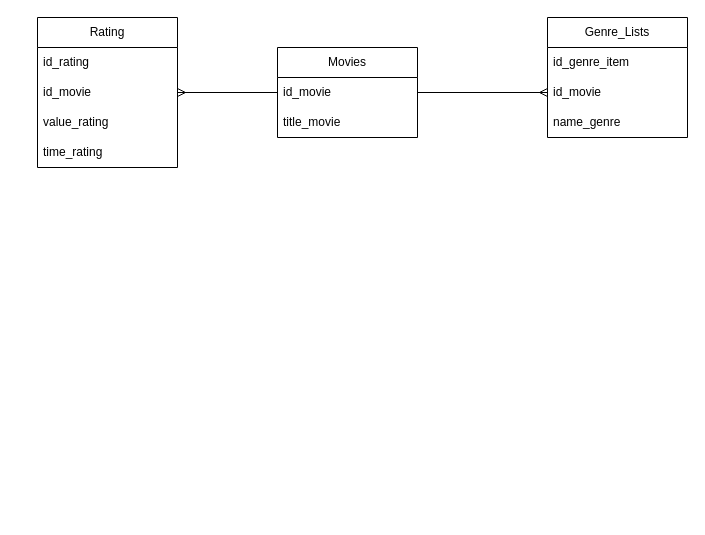
Before: ER.drawio in raphaelgri/DataStorageApp, a draw.io diagram. Source tidied: cells renumbered, new cells numbered last; positions are measured from the earlier drawing's top-left corner, leaving out a move shared by most shapes. Both pictures are drawn from the tidied source at 100%, with x=0, y=0 at pixel (37, 17).
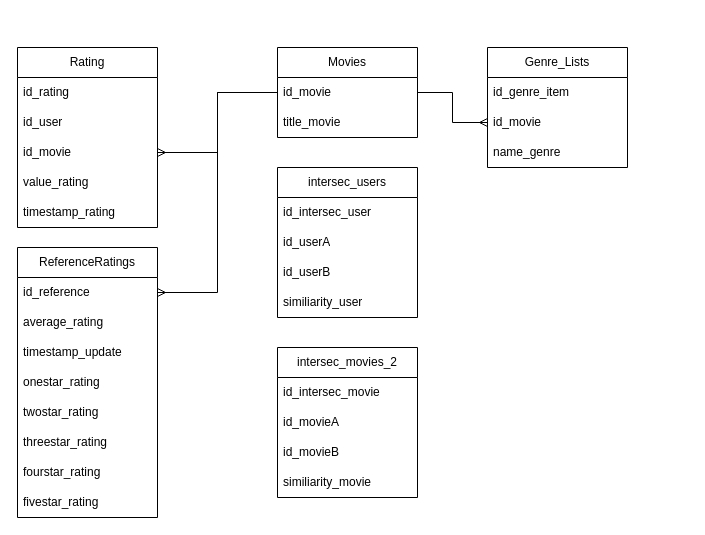
The same page after the edit.

Unchanged cells that the change refers to:
```xml
<mxCell id="3" value="id_movie&lt;br&gt;" style="text;strokeColor=none;fillColor=none;align=left;verticalAlign=middle;spacingLeft=4;spacingRight=4;overflow=hidden;points=[[0,0.5],[1,0.5]];portConstraint=eastwest;whiteSpace=wrap;html=1;" parent="2" vertex="1">
  <mxGeometry y="30" width="140" height="30" as="geometry" />
</mxCell>
<mxCell id="7" value="id_movie" style="text;strokeColor=none;fillColor=none;align=left;verticalAlign=middle;spacingLeft=4;spacingRight=4;overflow=hidden;points=[[0,0.5],[1,0.5]];portConstraint=eastwest;whiteSpace=wrap;html=1;" parent="5" vertex="1">
  <mxGeometry y="60" width="140" height="30" as="geometry" />
</mxCell>
```

The edit, as a diff of the source:
```diff
@@
     <mxCell id="5" value="Genre_Lists" style="swimlane;fontStyle=0;horizontal=1;startSize=30;whiteSpace=wrap;html=1;" parent="1" vertex="1">
-      <mxGeometry x="510" width="140" height="120" as="geometry" />
+      <mxGeometry x="450" y="30" width="140" height="120" as="geometry" />
     </mxCell>
@@
-    <mxCell id="9" style="rounded=0;jettySize=auto;html=1;exitX=0;exitY=0.5;exitDx=0;exitDy=0;entryX=1;entryY=0.5;entryDx=0;entryDy=0;endArrow=none;endFill=0;startArrow=ERmany;startFill=0;" parent="1" edge="1" source="7" target="3">
+    <mxCell id="9" style="rounded=0;jettySize=auto;html=1;exitX=0;exitY=0.5;exitDx=0;exitDy=0;entryX=1;entryY=0.5;entryDx=0;entryDy=0;endArrow=none;endFill=0;startArrow=ERmany;startFill=0;edgeStyle=orthogonalEdgeStyle;" parent="1" edge="1" source="7" target="3">
       <mxGeometry relative="1" as="geometry" />
     </mxCell>
     <mxCell id="10" value="Rating" style="swimlane;fontStyle=0;horizontal=1;startSize=30;whiteSpace=wrap;html=1;" parent="1" vertex="1">
-      <mxGeometry width="140" height="150" as="geometry" />
+      <mxGeometry x="-20" y="30" width="140" height="180" as="geometry" />
     </mxCell>
@@
+    <mxCell id="16" value="id_user" style="text;strokeColor=none;fillColor=none;align=left;verticalAlign=middle;spacingLeft=4;spacingRight=4;overflow=hidden;whiteSpace=wrap;html=1;" parent="10" vertex="1">
+      <mxGeometry y="60" width="140" height="30" as="geometry" />
+    </mxCell>
     <mxCell id="12" value="id_movie" style="text;strokeColor=none;fillColor=none;align=left;verticalAlign=middle;spacingLeft=4;spacingRight=4;overflow=hidden;points=[[0,0.5],[1,0.5]];portConstraint=eastwest;whiteSpace=wrap;html=1;" parent="10" vertex="1">
-      <mxGeometry y="60" width="140" height="30" as="geometry" />
+      <mxGeometry y="90" width="140" height="30" as="geometry" />
     </mxCell>
     <mxCell id="13" value="value_rating" style="text;strokeColor=none;fillColor=none;align=left;verticalAlign=middle;spacingLeft=4;spacingRight=4;overflow=hidden;whiteSpace=wrap;html=1;" parent="10" vertex="1">
-      <mxGeometry y="90" width="140" height="30" as="geometry" />
+      <mxGeometry y="120" width="140" height="30" as="geometry" />
     </mxCell>
-    <mxCell id="14" value="time_rating" style="text;strokeColor=none;fillColor=none;align=left;verticalAlign=middle;spacingLeft=4;spacingRight=4;overflow=hidden;whiteSpace=wrap;html=1;" parent="10" vertex="1">
-      <mxGeometry y="120" width="140" height="30" as="geometry" />
+    <mxCell id="14" value="timestamp_rating" style="text;strokeColor=none;fillColor=none;align=left;verticalAlign=middle;spacingLeft=4;spacingRight=4;overflow=hidden;whiteSpace=wrap;html=1;" parent="10" vertex="1">
+      <mxGeometry y="150" width="140" height="30" as="geometry" />
     </mxCell>
-    <mxCell id="15" style="rounded=0;jettySize=auto;html=1;exitX=1;exitY=0.5;exitDx=0;exitDy=0;entryX=0;entryY=0.5;entryDx=0;entryDy=0;startArrow=ERmany;startFill=0;endArrow=none;endFill=0;" parent="1" edge="1" source="12" target="3">
+    <mxCell id="15" style="rounded=0;jettySize=auto;html=1;exitX=1;exitY=0.5;exitDx=0;exitDy=0;entryX=0;entryY=0.5;entryDx=0;entryDy=0;startArrow=ERmany;startFill=0;endArrow=none;endFill=0;edgeStyle=orthogonalEdgeStyle;" parent="1" edge="1" source="12" target="3">
       <mxGeometry relative="1" as="geometry" />
     </mxCell>
+    <mxCell id="17" value="ReferenceRatings" style="swimlane;fontStyle=0;horizontal=1;startSize=30;whiteSpace=wrap;html=1;" parent="1" vertex="1">
+      <mxGeometry x="-20" y="230" width="140" height="270" as="geometry" />
+    </mxCell>
+    <mxCell id="18" value="id_reference" style="text;strokeColor=none;fillColor=none;align=left;verticalAlign=middle;spacingLeft=4;spacingRight=4;overflow=hidden;points=[[0,0.5],[1,0.5]];portConstraint=eastwest;whiteSpace=wrap;html=1;" parent="17" vertex="1">
+      <mxGeometry y="30" width="140" height="30" as="geometry" />
+    </mxCell>
+    <mxCell id="19" value="average_rating" style="text;strokeColor=none;fillColor=none;align=left;verticalAlign=middle;spacingLeft=4;spacingRight=4;overflow=hidden;whiteSpace=wrap;html=1;" parent="17" vertex="1">
+      <mxGeometry y="60" width="140" height="30" as="geometry" />
+    </mxCell>
+    <mxCell id="20" value="timestamp_update" style="text;strokeColor=none;fillColor=none;align=left;verticalAlign=middle;spacingLeft=4;spacingRight=4;overflow=hidden;whiteSpace=wrap;html=1;" parent="17" vertex="1">
+      <mxGeometry y="90" width="140" height="30" as="geometry" />
+    </mxCell>
+    <mxCell id="21" value="onestar_rating" style="text;strokeColor=none;fillColor=none;align=left;verticalAlign=middle;spacingLeft=4;spacingRight=4;overflow=hidden;whiteSpace=wrap;html=1;" parent="17" vertex="1">
+      <mxGeometry y="120" width="140" height="30" as="geometry" />
+    </mxCell>
+    <mxCell id="22" value="twostar_rating" style="text;strokeColor=none;fillColor=none;align=left;verticalAlign=middle;spacingLeft=4;spacingRight=4;overflow=hidden;whiteSpace=wrap;html=1;" parent="17" vertex="1">
+      <mxGeometry y="150" width="140" height="30" as="geometry" />
+    </mxCell>
+    <mxCell id="23" value="threestar_rating" style="text;strokeColor=none;fillColor=none;align=left;verticalAlign=middle;spacingLeft=4;spacingRight=4;overflow=hidden;whiteSpace=wrap;html=1;" parent="17" vertex="1">
+      <mxGeometry y="180" width="140" height="30" as="geometry" />
+    </mxCell>
+    <mxCell id="24" value="fourstar_rating" style="text;strokeColor=none;fillColor=none;align=left;verticalAlign=middle;spacingLeft=4;spacingRight=4;overflow=hidden;whiteSpace=wrap;html=1;" parent="17" vertex="1">
+      <mxGeometry y="210" width="140" height="30" as="geometry" />
+    </mxCell>
+    <mxCell id="25" value="fivestar_rating" style="text;strokeColor=none;fillColor=none;align=left;verticalAlign=middle;spacingLeft=4;spacingRight=4;overflow=hidden;whiteSpace=wrap;html=1;" parent="17" vertex="1">
+      <mxGeometry y="240" width="140" height="30" as="geometry" />
+    </mxCell>
+    <mxCell id="26" style="edgeStyle=orthogonalEdgeStyle;rounded=0;jettySize=auto;html=1;exitX=0;exitY=0.5;exitDx=0;exitDy=0;entryX=1;entryY=0.5;entryDx=0;entryDy=0;endArrow=ERmany;endFill=0;" parent="1" edge="1" source="3" target="18">
+      <mxGeometry relative="1" as="geometry" />
+    </mxCell>
+    <mxCell id="27" value="intersec_movies_2" style="swimlane;fontStyle=0;horizontal=1;startSize=30;whiteSpace=wrap;html=1;" parent="1" vertex="1">
+      <mxGeometry x="240" y="330" width="140" height="150" as="geometry" />
+    </mxCell>
+    <mxCell id="28" value="id_intersec_movie" style="text;strokeColor=none;fillColor=none;align=left;verticalAlign=middle;spacingLeft=4;spacingRight=4;overflow=hidden;whiteSpace=wrap;html=1;" parent="27" vertex="1">
+      <mxGeometry y="30" width="140" height="30" as="geometry" />
+    </mxCell>
+    <mxCell id="29" value="id_movieA" style="text;strokeColor=none;fillColor=none;align=left;verticalAlign=middle;spacingLeft=4;spacingRight=4;overflow=hidden;whiteSpace=wrap;html=1;" parent="27" vertex="1">
+      <mxGeometry y="60" width="140" height="30" as="geometry" />
+    </mxCell>
+    <mxCell id="30" value="id_movieB" style="text;strokeColor=none;fillColor=none;align=left;verticalAlign=middle;spacingLeft=4;spacingRight=4;overflow=hidden;whiteSpace=wrap;html=1;" parent="27" vertex="1">
+      <mxGeometry y="90" width="140" height="30" as="geometry" />
+    </mxCell>
+    <mxCell id="31" value="similiarity_movie" style="text;strokeColor=none;fillColor=none;align=left;verticalAlign=middle;spacingLeft=4;spacingRight=4;overflow=hidden;whiteSpace=wrap;html=1;" parent="27" vertex="1">
+      <mxGeometry y="120" width="140" height="30" as="geometry" />
+    </mxCell>
+    <mxCell id="32" value="intersec_users" style="swimlane;fontStyle=0;horizontal=1;startSize=30;whiteSpace=wrap;html=1;" parent="1" vertex="1">
+      <mxGeometry x="240" y="150" width="140" height="150" as="geometry" />
+    </mxCell>
+    <mxCell id="33" value="id_intersec_user" style="text;strokeColor=none;fillColor=none;align=left;verticalAlign=middle;spacingLeft=4;spacingRight=4;overflow=hidden;whiteSpace=wrap;html=1;" parent="32" vertex="1">
+      <mxGeometry y="30" width="140" height="30" as="geometry" />
+    </mxCell>
+    <mxCell id="34" value="id_userA" style="text;strokeColor=none;fillColor=none;align=left;verticalAlign=middle;spacingLeft=4;spacingRight=4;overflow=hidden;whiteSpace=wrap;html=1;" parent="32" vertex="1">
+      <mxGeometry y="60" width="140" height="30" as="geometry" />
+    </mxCell>
+    <mxCell id="35" value="id_userB" style="text;strokeColor=none;fillColor=none;align=left;verticalAlign=middle;spacingLeft=4;spacingRight=4;overflow=hidden;whiteSpace=wrap;html=1;" parent="32" vertex="1">
+      <mxGeometry y="90" width="140" height="30" as="geometry" />
+    </mxCell>
+    <mxCell id="36" value="similiarity_user" style="text;strokeColor=none;fillColor=none;align=left;verticalAlign=middle;spacingLeft=4;spacingRight=4;overflow=hidden;whiteSpace=wrap;html=1;" parent="32" vertex="1">
+      <mxGeometry y="120" width="140" height="30" as="geometry" />
+    </mxCell>
```
